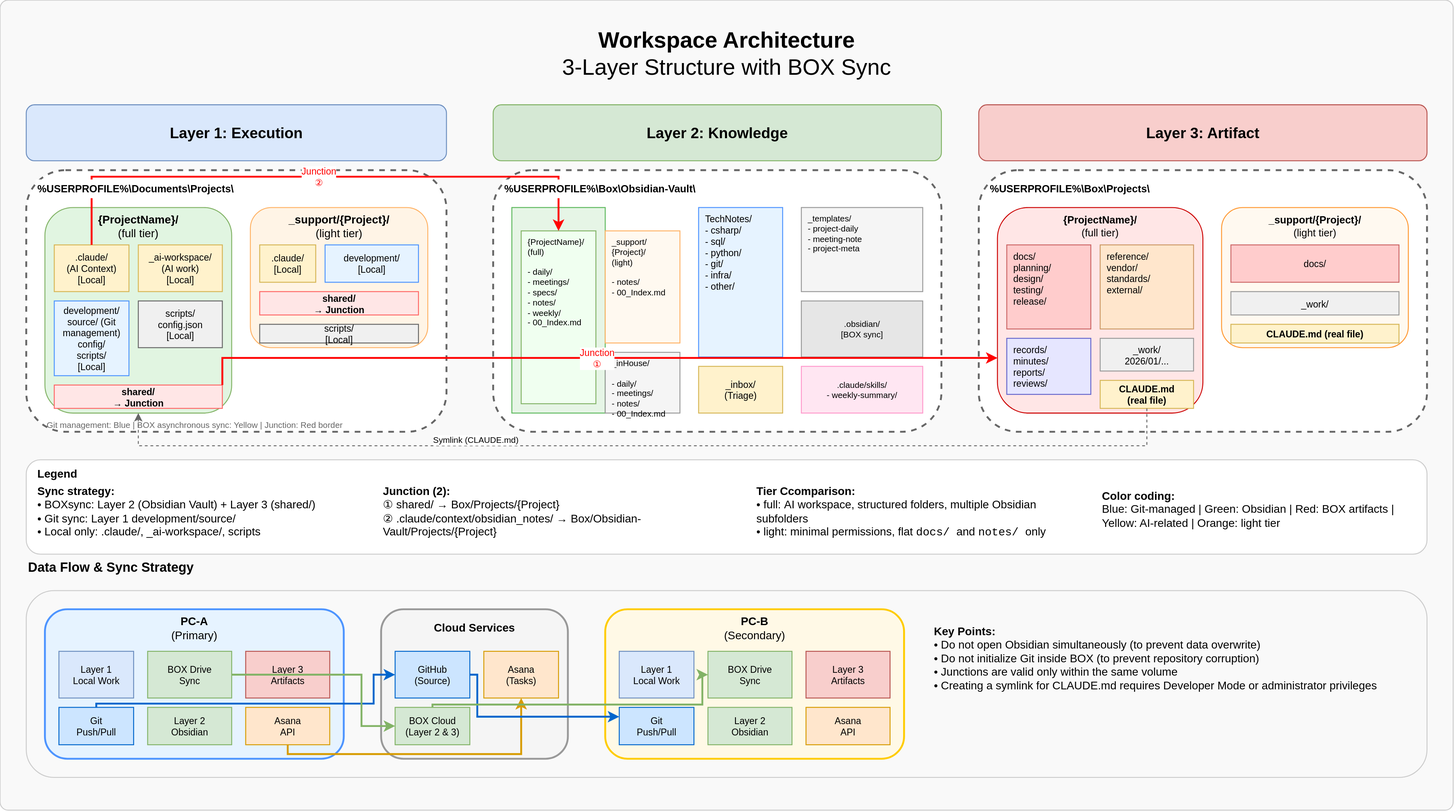
Above: _asset/ai-collab-folder-structure.drawio.svg in yt3trees/ai-collab-folder-structure (draw.io), before the change. Source tidied: cells renumbered, new cells last; positions are measured from the earlier drawing's top-left corner, leaving out a move shared by most shapes.
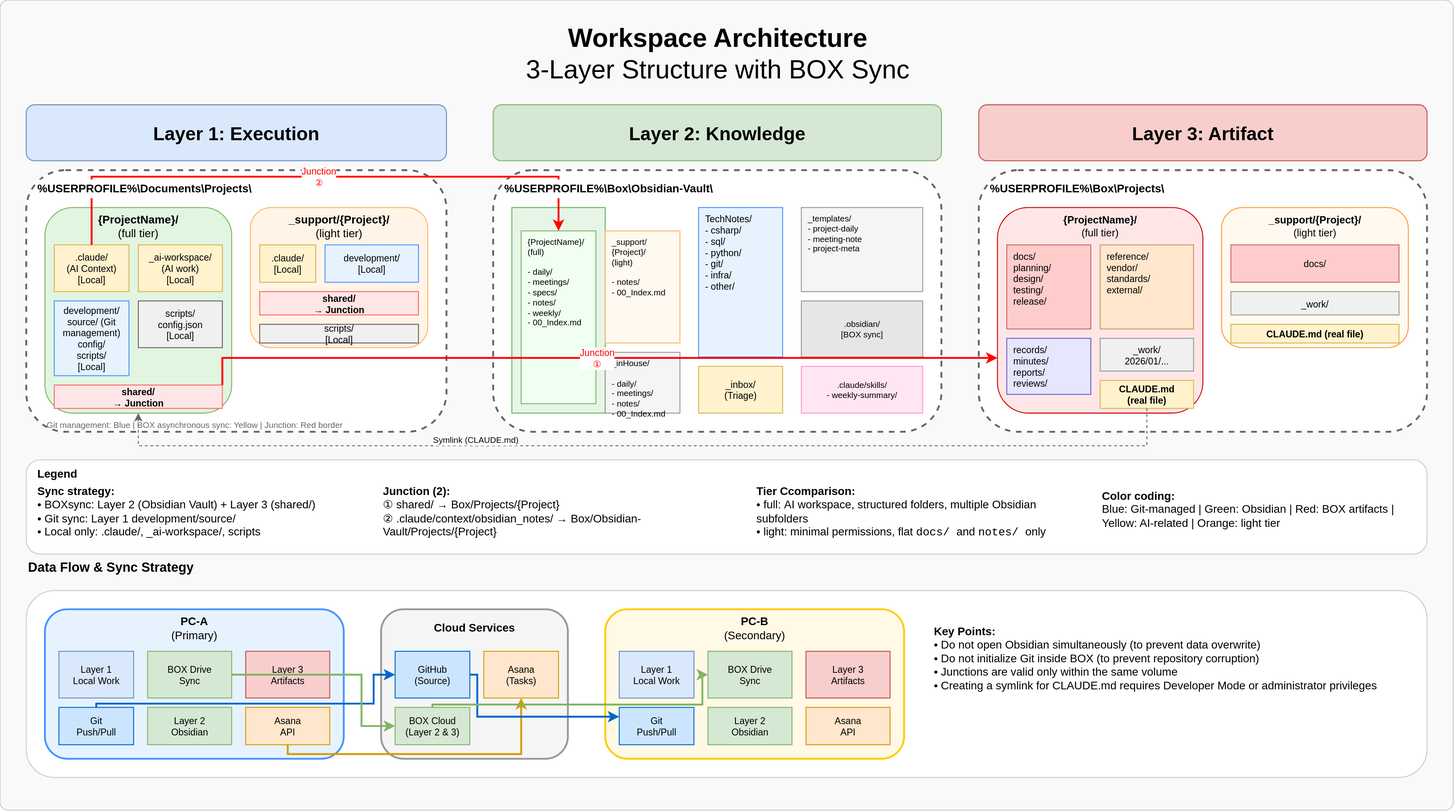
The same diagram one commit later.

Change to the diagram source:
```diff
@@ -5,10 +5,10 @@
     <mxCell id="2" style="rounded=1;whiteSpace=wrap;html=1;fillColor=#f9f9f9;strokeColor=#cccccc;strokeWidth=1;arcSize=1;" parent="1" vertex="1">
       <mxGeometry width="1556" height="867" as="geometry" />
     </mxCell>
-    <mxCell id="3" value="&lt;b&gt;Workspace Architecture&lt;/b&gt;&lt;br&gt;3-Layer Structure with BOX Sync" style="text;html=1;strokeColor=none;fillColor=none;align=center;verticalAlign=middle;whiteSpace=wrap;rounded=0;fontSize=24;" parent="1" vertex="1">
-      <mxGeometry x="578" y="32" width="400" height="50" as="geometry" />
+    <mxCell id="3" value="&lt;b&gt;Workspace Architecture&lt;/b&gt;&lt;br&gt;3-Layer Structure with BOX Sync" style="text;html=1;strokeColor=none;fillColor=none;align=center;verticalAlign=middle;whiteSpace=wrap;rounded=0;fontSize=28;" parent="1" vertex="1">
+      <mxGeometry x="536.5" y="32" width="463" height="50" as="geometry" />
     </mxCell>
-    <mxCell id="4" value="Layer 1: Execution" style="rounded=1;whiteSpace=wrap;html=1;fillColor=#dae8fc;strokeColor=#6c8ebf;fontSize=16;fontStyle=1;" parent="1" vertex="1">
+    <mxCell id="4" value="Layer 1: Execution" style="rounded=1;whiteSpace=wrap;html=1;fillColor=#dae8fc;strokeColor=#6c8ebf;fontSize=20;fontStyle=1;" parent="1" vertex="1">
       <mxGeometry x="28" y="112" width="450" height="60" as="geometry" />
     </mxCell>
     <mxCell id="5" style="rounded=1;whiteSpace=wrap;html=1;fillColor=#FFFFFF;strokeColor=#666666;strokeWidth=2;dashed=1;" parent="1" vertex="1">
@@ -56,7 +56,7 @@
     <mxCell id="19" value="Git management: Blue | BOX asynchronous sync: Yellow | Junction: Red border" style="text;html=1;strokeColor=none;fillColor=none;align=left;verticalAlign=middle;whiteSpace=wrap;rounded=0;fontSize=9;fontColor=#666666;" parent="1" vertex="1">
       <mxGeometry x="48" y="447" width="400" height="15" as="geometry" />
     </mxCell>
-    <mxCell id="20" value="Layer 2: Knowledge" style="rounded=1;whiteSpace=wrap;html=1;fillColor=#d5e8d4;strokeColor=#82b366;fontSize=16;fontStyle=1;" parent="1" vertex="1">
+    <mxCell id="20" value="Layer 2: Knowledge" style="rounded=1;whiteSpace=wrap;html=1;fillColor=#d5e8d4;strokeColor=#82b366;fontSize=20;fontStyle=1;" parent="1" vertex="1">
       <mxGeometry x="528" y="112" width="480" height="60" as="geometry" />
     </mxCell>
     <mxCell id="21" style="rounded=1;whiteSpace=wrap;html=1;fillColor=#FFFFFF;strokeColor=#666666;strokeWidth=2;dashed=1;" parent="1" vertex="1">
@@ -89,13 +89,13 @@
     <mxCell id="30" value=".claude/skills/&#10;- weekly-summary/" style="rounded=0;whiteSpace=wrap;html=1;fillColor=#ffe6f2;strokeColor=#ff99cc;fontSize=9;" parent="1" vertex="1">
       <mxGeometry x="858" y="392" width="130" height="50" as="geometry" />
     </mxCell>
-    <mxCell id="31" value="Layer 3: Artifact" style="rounded=1;whiteSpace=wrap;html=1;fillColor=#f8cecc;strokeColor=#b85450;fontSize=16;fontStyle=1;" parent="1" vertex="1">
+    <mxCell id="31" value="Layer 3: Artifact" style="rounded=1;whiteSpace=wrap;html=1;fillColor=#f8cecc;strokeColor=#b85450;fontSize=20;fontStyle=1;" parent="1" vertex="1">
       <mxGeometry x="1048" y="112" width="480" height="60" as="geometry" />
     </mxCell>
     <mxCell id="32" style="rounded=1;whiteSpace=wrap;html=1;fillColor=#FFFFFF;strokeColor=#666666;strokeWidth=2;dashed=1;" parent="1" vertex="1">
       <mxGeometry x="1048" y="182" width="480" height="280" as="geometry" />
     </mxCell>
-    <mxCell id="33" value="&lt;b&gt;%USERPROFILE%\Box\Projects\&lt;/b&gt;" style="text;html=1;strokeColor=none;fillColor=none;align=left;verticalAlign=middle;whiteSpace=wrap;rounded=0;fontSize=11;" parent="1" vertex="1">
+    <mxCell id="33" value="&lt;b&gt;%USERPROFILE%\Box\Projects\&lt;/b&gt;" style="text;html=1;strokeColor=none;fillColor=none;align=left;verticalAlign=middle;whiteSpace=wrap;rounded=0;fontSize=12;" parent="1" vertex="1">
       <mxGeometry x="1058" y="192" width="300" height="20" as="geometry" />
     </mxCell>
     <mxCell id="34" style="rounded=1;whiteSpace=wrap;html=1;fillColor=#ffe6e6;strokeColor=#cc0000;strokeWidth=1;" parent="1" vertex="1">
@@ -183,7 +183,7 @@
     <mxCell id="56" value="&lt;b&gt;Data Flow &amp;amp; Sync Strategy&lt;/b&gt;" style="text;html=1;strokeColor=none;fillColor=none;align=left;verticalAlign=middle;whiteSpace=wrap;rounded=0;fontSize=14;" parent="1" vertex="1">
       <mxGeometry x="28" y="592" width="300" height="30" as="geometry" />
     </mxCell>
-    <mxCell id="57" style="rounded=1;whiteSpace=wrap;html=1;fillColor=#f9f9f9;strokeColor=#cccccc;strokeWidth=1;" parent="1" vertex="1">
+    <mxCell id="57" style="rounded=1;whiteSpace=wrap;html=1;fillColor=#FFFFFF;strokeColor=#cccccc;strokeWidth=1;" parent="1" vertex="1">
       <mxGeometry x="28" y="632" width="1500" height="200" as="geometry" />
     </mxCell>
     <mxCell id="58" style="rounded=1;whiteSpace=wrap;html=1;fillColor=#e6f3ff;strokeColor=#4d94ff;strokeWidth=2;" parent="1" vertex="1">
@@ -294,10 +294,10 @@
     <mxCell id="84" value="&lt;b&gt;Key Points:&lt;/b&gt;&lt;br&gt;•&amp;nbsp;&lt;span style=&quot;background-color: transparent;&quot;&gt;&lt;font color=&quot;#000000&quot;&gt;Do not open Obsidian simultaneously (to prevent data overwrite)&lt;br&gt;&lt;/font&gt;&lt;/span&gt;&lt;div&gt;&lt;span style=&quot;color: rgb(0, 0, 0); background-color: transparent;&quot;&gt;•&amp;nbsp;&lt;/span&gt;&lt;font color=&quot;#000000&quot;&gt;Do not initialize Git inside BOX (to prevent repository corruption)&lt;/font&gt;&lt;/div&gt;&lt;div&gt;&lt;span style=&quot;color: rgb(0, 0, 0); background-color: transparent;&quot;&gt;•&amp;nbsp;&lt;/span&gt;&lt;font color=&quot;#000000&quot;&gt;Junctions are valid only within the same volume&lt;/font&gt;&lt;/div&gt;&lt;div&gt;&lt;span style=&quot;color: rgb(0, 0, 0); background-color: transparent;&quot;&gt;•&amp;nbsp;&lt;/span&gt;&lt;font color=&quot;#000000&quot;&gt;Creating a symlink for CLAUDE.md requires Developer Mode or administrator privileges&lt;/font&gt;&lt;/div&gt;" style="text;html=1;strokeColor=none;fillColor=none;align=left;verticalAlign=top;whiteSpace=wrap;rounded=0;fontSize=12;" parent="1" vertex="1">
       <mxGeometry x="998" y="662" width="510" height="140" as="geometry" />
     </mxCell>
-    <mxCell id="85" value="&lt;b&gt;%USERPROFILE%\Box\Obsidian-Vault\&lt;/b&gt;" style="text;html=1;strokeColor=none;fillColor=#FFFFFF;align=left;verticalAlign=middle;whiteSpace=wrap;rounded=0;fontSize=11;" parent="1" vertex="1">
+    <mxCell id="85" value="&lt;b&gt;%USERPROFILE%\Box\Obsidian-Vault\&lt;/b&gt;" style="text;html=1;strokeColor=none;fillColor=#FFFFFF;align=left;verticalAlign=middle;whiteSpace=wrap;rounded=0;fontSize=12;" parent="1" vertex="1">
       <mxGeometry x="538" y="192" width="300" height="20" as="geometry" />
     </mxCell>
-    <mxCell id="86" value="&lt;b&gt;%USERPROFILE%\Documents\Projects\&lt;/b&gt;" style="text;html=1;strokeColor=none;fillColor=#FFFFFF;align=left;verticalAlign=middle;whiteSpace=wrap;rounded=0;fontSize=11;" parent="1" vertex="1">
+    <mxCell id="86" value="&lt;b&gt;%USERPROFILE%\Documents\Projects\&lt;/b&gt;" style="text;html=1;strokeColor=none;fillColor=#FFFFFF;align=left;verticalAlign=middle;whiteSpace=wrap;rounded=0;fontSize=12;" parent="1" vertex="1">
       <mxGeometry x="38" y="192" width="300" height="20" as="geometry" />
     </mxCell>
   </root>
```
